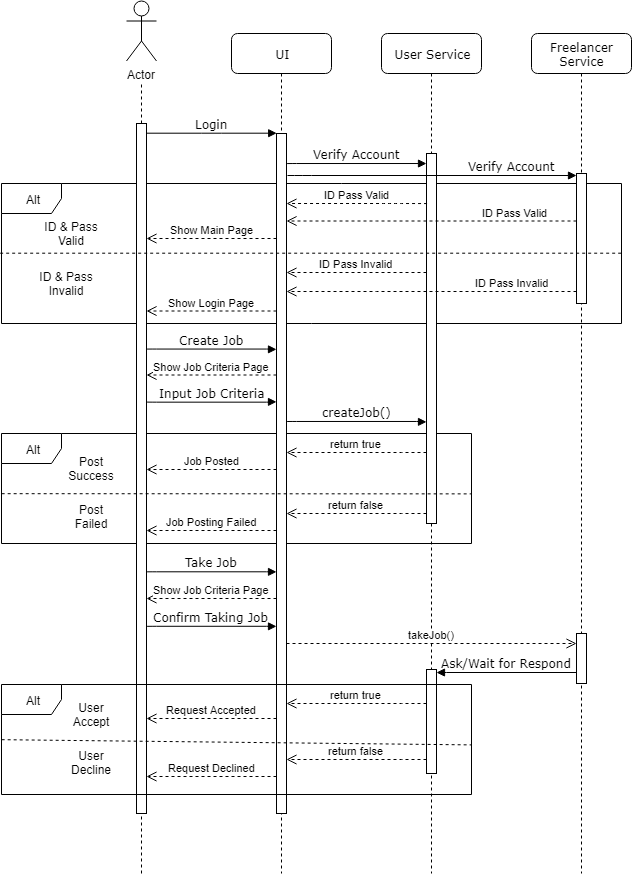
Before: SequenceDiagram.png, a diagram exported from draw.io (WeYaTa/Pemodelan-Berbasis-Objek). Source tidied: cells renumbered, new cells last; positions are measured from the earlier drawing's top-left corner, leaving out a move shared by most shapes.
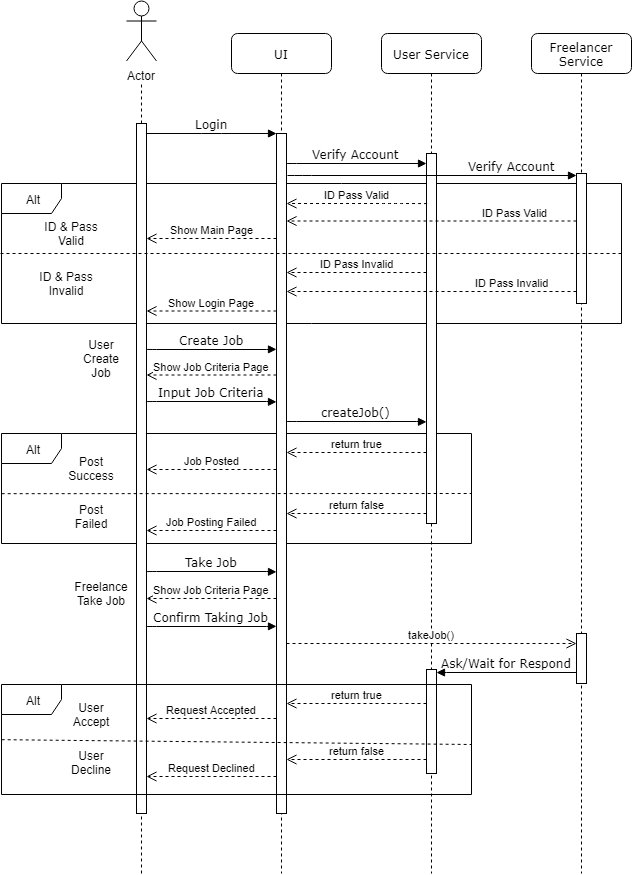
The same diagram one commit later.

Commit message:
Sequence State Activity done

What changed in the source:
```diff
@@ -288,5 +288,11 @@
     <mxCell id="51" value="User Decline" style="text;html=1;strokeColor=none;fillColor=none;align=center;verticalAlign=middle;whiteSpace=wrap;rounded=0;" parent="1" vertex="1">
       <mxGeometry x="60" y="751" width="60" height="20" as="geometry" />
     </mxCell>
+    <mxCell id="52" value="User Create Job&lt;br&gt;" style="text;html=1;strokeColor=none;fillColor=none;align=center;verticalAlign=middle;whiteSpace=wrap;rounded=0;" parent="1" vertex="1">
+      <mxGeometry x="80" y="347" width="40" height="20" as="geometry" />
+    </mxCell>
+    <mxCell id="53" value="Freelance Take Job&lt;br&gt;" style="text;html=1;strokeColor=none;fillColor=none;align=center;verticalAlign=middle;whiteSpace=wrap;rounded=0;" parent="1" vertex="1">
+      <mxGeometry x="80" y="582" width="40" height="20" as="geometry" />
+    </mxCell>
   </root>
 </mxGraphModel>
```
